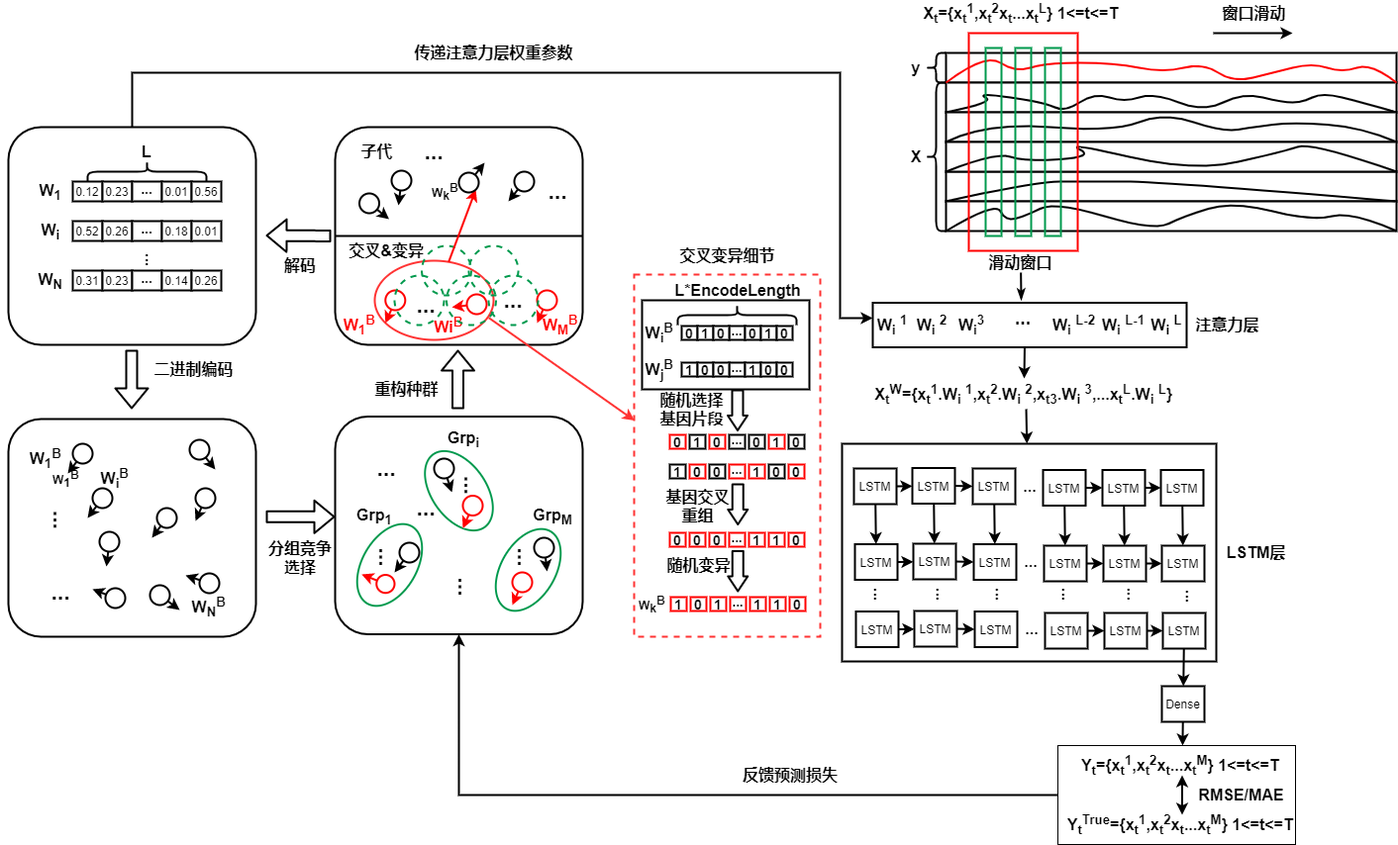
Earlier version of the draw.io export Untitled Diagram.png (Pcyslist/MY_EA-LSTM). Source tidied: cells renumbered, new cells last; positions are measured from the earlier drawing's top-left corner, leaving out a move shared by most shapes.
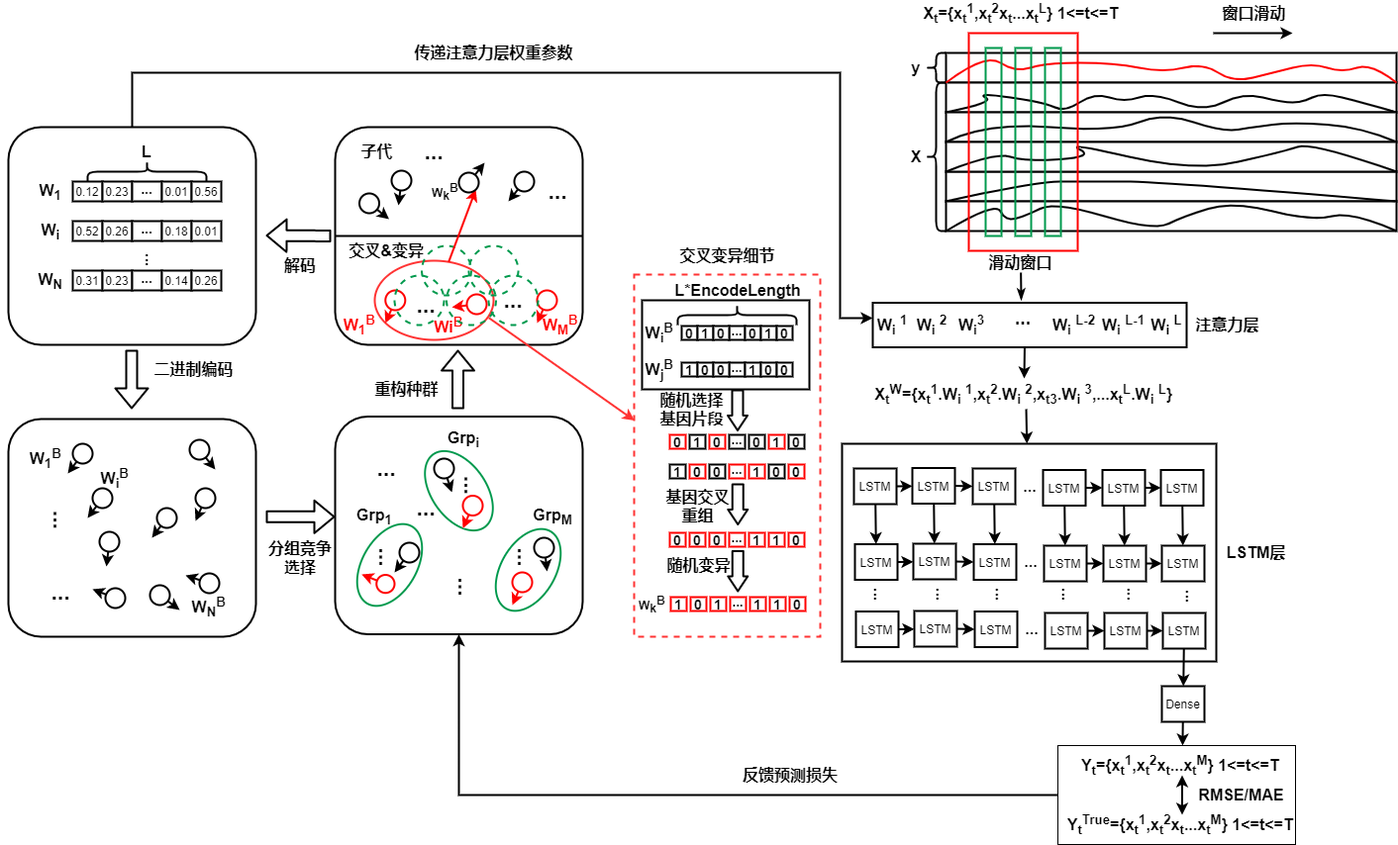
After the change.

Diff of the diagram source:
```diff
@@ -495,9 +495,6 @@
     <mxCell id="144" value="&lt;span style=&quot;font-size: 16px&quot;&gt;&lt;b&gt;交叉变异细节&lt;/b&gt;&lt;/span&gt;" style="text;html=1;strokeColor=none;fillColor=none;align=center;verticalAlign=middle;whiteSpace=wrap;rounded=0;" parent="1" vertex="1">
       <mxGeometry x="674.5" y="245" width="103" height="20" as="geometry" />
     </mxCell>
-    <mxCell id="145" value="&lt;b&gt;W&lt;sub&gt;1&lt;/sub&gt;&lt;sup&gt;B&lt;/sup&gt;&amp;nbsp;&lt;/b&gt;" style="text;html=1;strokeColor=none;fillColor=none;align=center;verticalAlign=middle;whiteSpace=wrap;rounded=0;strokeWidth=2;" parent="1" vertex="1">
-      <mxGeometry x="40" y="470" width="40" height="20" as="geometry" />
-    </mxCell>
     <mxCell id="146" style="shape=curlyBracket;whiteSpace=wrap;html=1;rounded=1;rotation=90;strokeWidth=2;" parent="1" vertex="1">
       <mxGeometry x="726" y="255" width="20" height="120" as="geometry" />
     </mxCell>
```
